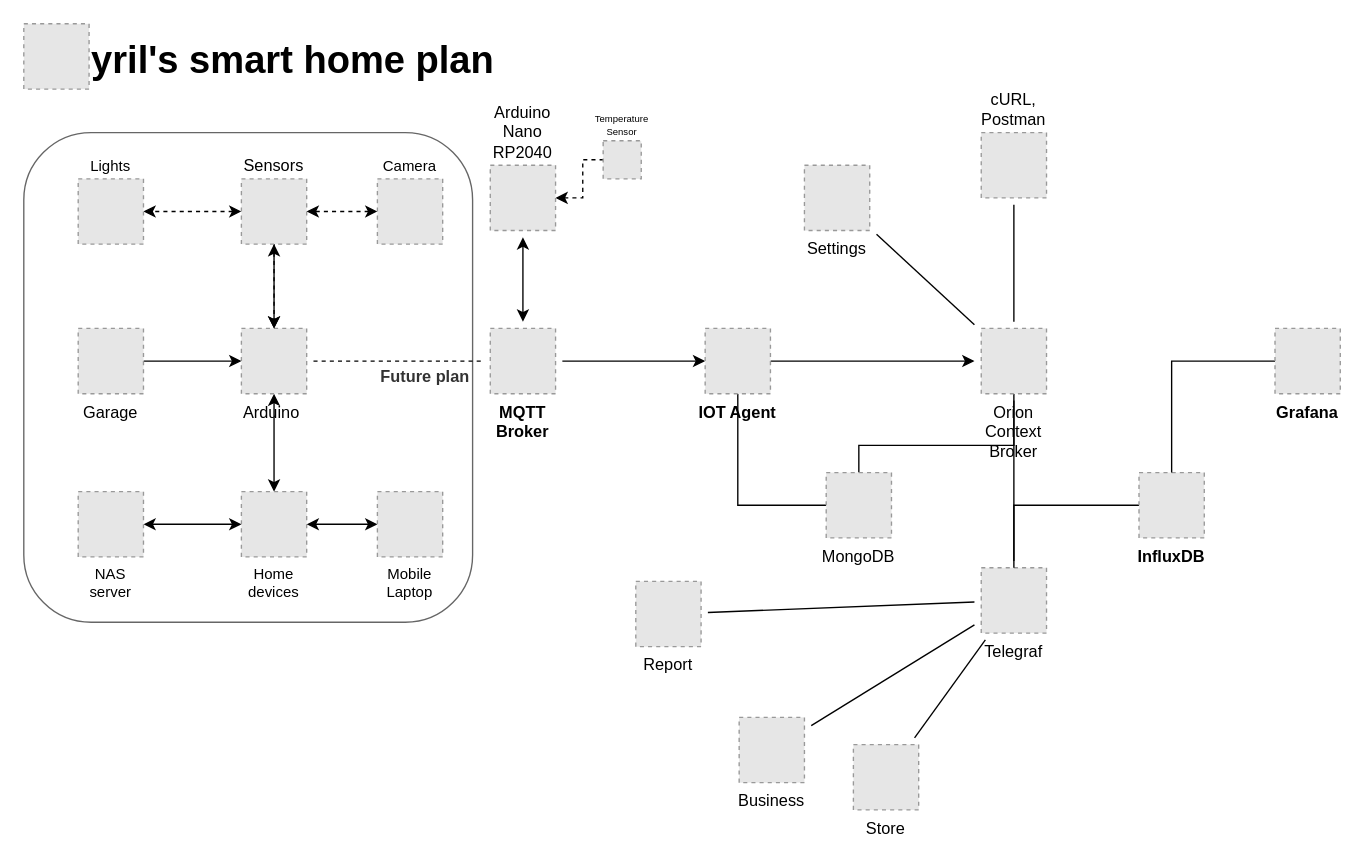
The draw.io diagram content/Smart home plan.drawio in nightguarder/Arduino_Project-IOT, before the edit. Source tidied: cells renumbered, new cells numbered last; positions are measured from the earlier drawing's top-left corner, leaving out a move shared by most shapes. Both pictures are drawn from the tidied source at 136%, with x=0, y=0 at pixel (23, 23). Pictures stored in the file or linked from it are replaced by grey dashed boxes.
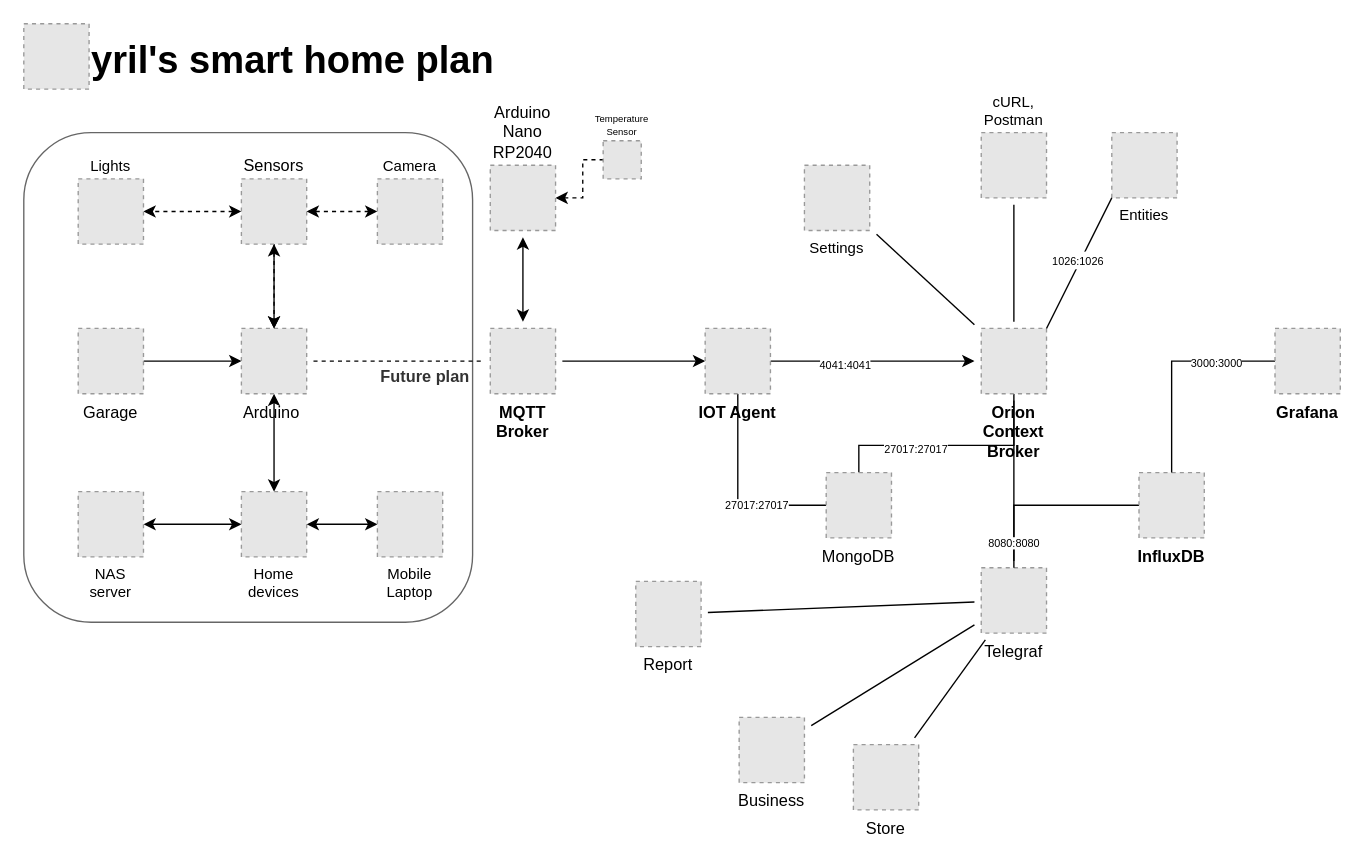
Above is the later version.

Commit message (it also covers changes not shown here):
Smart home plan v1 ready

The change refers to these unchanged cells:
```xml
<mxCell id="7" style="edgeStyle=none;rounded=0;jettySize=auto;html=1;endArrow=classic;endFill=1;targetPerimeterSpacing=5;startArrow=none;" parent="1" edge="1" source="43" target="21">
  <mxGeometry relative="1" as="geometry" />
</mxCell>
<mxCell id="18" style="edgeStyle=orthogonalEdgeStyle;rounded=0;jettySize=auto;html=1;endArrow=none;endFill=0;" parent="1" edge="1" source="20" target="21">
  <mxGeometry relative="1" as="geometry">
    <Array as="points">
      <mxPoint x="614" y="310" />
      <mxPoint x="728" y="310" />
    </Array>
  </mxGeometry>
</mxCell>
<mxCell id="19" style="edgeStyle=orthogonalEdgeStyle;rounded=0;jettySize=auto;html=1;endArrow=none;endFill=0;" parent="1" edge="1" source="20" target="43">
  <mxGeometry relative="1" as="geometry" />
</mxCell>
<mxCell id="45" style="edgeStyle=orthogonalEdgeStyle;rounded=0;jettySize=auto;html=1;fontSize=12;endArrow=none;endFill=0;" parent="1" edge="1" source="46" target="30">
  <mxGeometry relative="1" as="geometry" />
</mxCell>
<mxCell id="47" style="edgeStyle=orthogonalEdgeStyle;rounded=0;jettySize=auto;html=1;fontSize=12;endArrow=none;endFill=0;" parent="1" edge="1" source="48" target="46">
  <mxGeometry relative="1" as="geometry" />
</mxCell>
```

The edit, as a diff of the source:
```diff
@@
+    <mxCell id="49" value="4041:4041" style="edgeLabel;html=1;align=center;verticalAlign=middle;fontSize=8;" parent="7" vertex="1">
+      <mxGeometry x="-0.28" y="-2" relative="1" as="geometry" />
+    </mxCell>
@@
-    <mxCell id="12" value="cURL, Postman" style="fillColor=#E6E6E6;strokeColor=#999999;dashed=1;verticalLabelPosition=top;verticalAlign=bottom;labelBackgroundColor=none;whiteSpace=wrap;labelPosition=center;align=center;" parent="1" vertex="1">
+    <mxCell id="12" value="cURL, Postman" style="fillColor=#E6E6E6;strokeColor=#999999;dashed=1;verticalLabelPosition=top;verticalAlign=bottom;labelBackgroundColor=none;whiteSpace=wrap;labelPosition=center;align=center;fontSize=11;" parent="1" vertex="1">
       <mxGeometry x="704" y="80" width="48" height="48" as="geometry" />
     </mxCell>
@@
-    <mxCell id="15" value="Settings" style="fillColor=#E6E6E6;strokeColor=#999999;dashed=1;verticalLabelPosition=bottom;verticalAlign=top;labelBackgroundColor=none;" parent="1" vertex="1">
+    <mxCell id="15" value="Settings" style="fillColor=#E6E6E6;strokeColor=#999999;dashed=1;verticalLabelPosition=bottom;verticalAlign=top;labelBackgroundColor=none;fontSize=11;" parent="1" vertex="1">
       <mxGeometry x="574" y="104" width="48" height="48" as="geometry" />
     </mxCell>
@@
+    <mxCell id="50" value="&lt;font style=&quot;font-size: 8px;&quot;&gt;27017:27017&lt;/font&gt;" style="edgeLabel;html=1;align=center;verticalAlign=middle;" parent="18" vertex="1">
+      <mxGeometry x="-0.29" y="-1" relative="1" as="geometry" />
+    </mxCell>
@@
+    <mxCell id="51" value="27017:27017" style="edgeLabel;html=1;align=center;verticalAlign=middle;fontSize=8;" parent="19" vertex="1">
+      <mxGeometry x="-0.29" y="-1" relative="1" as="geometry" />
+    </mxCell>
@@
-    <mxCell id="21" value="Orion Context Broker" style="fillColor=#E6E6E6;strokeColor=#999999;dashed=1;verticalLabelPosition=bottom;verticalAlign=top;labelBackgroundColor=none;whiteSpace=wrap;" parent="1" vertex="1">
+    <mxCell id="21" value="Orion Context Broker" style="fillColor=#E6E6E6;strokeColor=#999999;dashed=1;verticalLabelPosition=bottom;verticalAlign=top;labelBackgroundColor=none;whiteSpace=wrap;fontStyle=1;" parent="1" vertex="1">
       <mxGeometry x="704" y="224" width="48" height="48" as="geometry" />
     </mxCell>
@@
+    <mxCell id="52" value="8080:8080" style="edgeLabel;html=1;align=center;verticalAlign=middle;fontSize=8;" parent="45" vertex="1">
+      <mxGeometry x="0.72" y="-1" relative="1" as="geometry" />
+    </mxCell>
@@
+    <mxCell id="53" value="3000:3000" style="edgeLabel;html=1;align=center;verticalAlign=middle;fontSize=8;" parent="47" vertex="1">
+      <mxGeometry x="-0.44" y="1" relative="1" as="geometry" />
+    </mxCell>
@@
+    <mxCell id="54" value="Entities" style="fillColor=#E6E6E6;strokeColor=#999999;dashed=1;verticalLabelPosition=bottom;verticalAlign=top;fontSize=11;" parent="1" vertex="1">
+      <mxGeometry x="800" y="80" width="48" height="48" as="geometry" />
+    </mxCell>
+    <mxCell id="55" style="edgeStyle=none;rounded=0;jettySize=auto;html=1;sourcePerimeterSpacing=5;endArrow=none;endFill=0;targetPerimeterSpacing=5;exitX=1;exitY=0;exitDx=0;exitDy=0;entryX=0;entryY=1;entryDx=0;entryDy=0;" parent="1" edge="1" source="21" target="54">
+      <mxGeometry relative="1" as="geometry" />
+    </mxCell>
+    <mxCell id="56" value="&lt;font style=&quot;font-size: 8px;&quot;&gt;1026:1026&lt;/font&gt;" style="edgeLabel;html=1;align=center;verticalAlign=middle;fontSize=11;" parent="55" vertex="1">
+      <mxGeometry x="0.03" y="2" relative="1" as="geometry" />
+    </mxCell>
```
